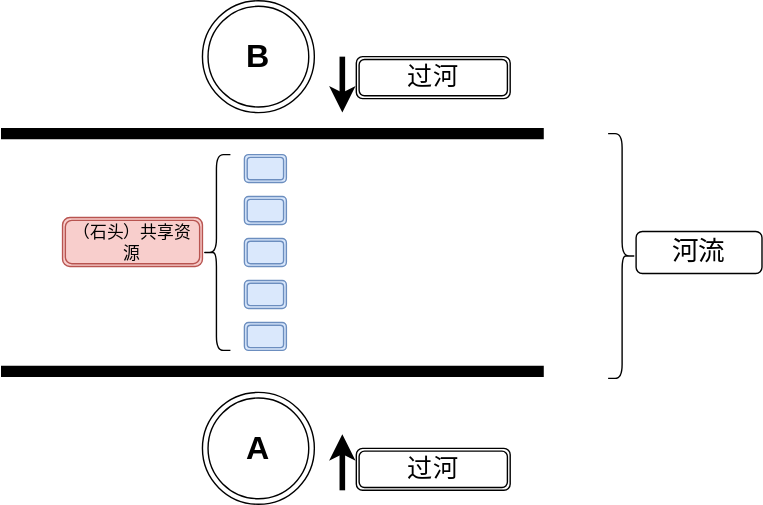
shenbeipiao/Reading-notes keeps this draw.io diagram as 操作系统/死锁.svg. Above is the earlier version. Source tidied: cells renumbered, new cells last; positions are measured from the earlier drawing's top-left corner, leaving out a move shared by most shapes. Source of this version:
```xml
<mxGraphModel>
  <root>
    <mxCell id="0" />
    <mxCell id="1" parent="0" />
    <mxCell id="2" style="shape=partialRectangle;whiteSpace=wrap;html=1;left=0;right=0;fillColor=none;strokeWidth=8;" parent="1" vertex="1">
      <mxGeometry y="95" width="380" height="170" as="geometry" />
    </mxCell>
    <mxCell id="3" style="shape=ext;double=1;rounded=1;whiteSpace=wrap;html=1;fillColor=#dae8fc;strokeColor=#6c8ebf;" parent="1" vertex="1">
      <mxGeometry x="170" y="140" width="30" height="20" as="geometry" />
    </mxCell>
    <mxCell id="4" style="shape=ext;double=1;rounded=1;whiteSpace=wrap;html=1;fillColor=#dae8fc;strokeColor=#6c8ebf;" parent="1" vertex="1">
      <mxGeometry x="170" y="200" width="30" height="20" as="geometry" />
    </mxCell>
    <mxCell id="5" style="shape=ext;double=1;rounded=1;whiteSpace=wrap;html=1;fillColor=#dae8fc;strokeColor=#6c8ebf;" parent="1" vertex="1">
      <mxGeometry x="170" y="170" width="30" height="20" as="geometry" />
    </mxCell>
    <mxCell id="6" style="shape=ext;double=1;rounded=1;whiteSpace=wrap;html=1;fillColor=#dae8fc;strokeColor=#6c8ebf;" parent="1" vertex="1">
      <mxGeometry x="170" y="110" width="30" height="20" as="geometry" />
    </mxCell>
    <mxCell id="7" style="shape=ext;double=1;rounded=1;whiteSpace=wrap;html=1;fillColor=#dae8fc;strokeColor=#6c8ebf;" parent="1" vertex="1">
      <mxGeometry x="170" y="230" width="30" height="20" as="geometry" />
    </mxCell>
    <mxCell id="8" value="&lt;b&gt;&lt;font style=&quot;font-size: 23px;&quot;&gt;A&lt;/font&gt;&lt;/b&gt;" style="ellipse;shape=doubleEllipse;whiteSpace=wrap;html=1;" parent="1" vertex="1">
      <mxGeometry x="140" y="280" width="80" height="80" as="geometry" />
    </mxCell>
    <mxCell id="9" value="&lt;b&gt;&lt;font style=&quot;font-size: 23px;&quot;&gt;B&lt;/font&gt;&lt;/b&gt;" style="ellipse;shape=doubleEllipse;whiteSpace=wrap;html=1;" parent="1" vertex="1">
      <mxGeometry x="140" width="80" height="80" as="geometry" />
    </mxCell>
    <mxCell id="10" style="endArrow=classic;html=1;rounded=0;strokeWidth=4;" parent="1" edge="1">
      <mxGeometry relative="1" as="geometry">
        <mxPoint x="240" y="40" as="sourcePoint" />
        <mxPoint x="240" y="80" as="targetPoint" />
      </mxGeometry>
    </mxCell>
    <mxCell id="11" style="endArrow=classic;html=1;rounded=0;strokeWidth=4;" parent="1" edge="1">
      <mxGeometry relative="1" as="geometry">
        <mxPoint x="240" y="350" as="sourcePoint" />
        <mxPoint x="240" y="310" as="targetPoint" />
      </mxGeometry>
    </mxCell>
    <mxCell id="12" value="&lt;font style=&quot;font-size: 19px;&quot;&gt;河流&lt;/font&gt;" style="rounded=1;whiteSpace=wrap;html=1;" parent="1" vertex="1">
      <mxGeometry x="450" y="165" width="90" height="30" as="geometry" />
    </mxCell>
    <mxCell id="13" style="shape=curlyBracket;whiteSpace=wrap;html=1;rounded=1;flipH=1;labelPosition=right;verticalLabelPosition=middle;align=left;verticalAlign=middle;" parent="1" vertex="1">
      <mxGeometry x="430" y="95" width="20" height="175" as="geometry" />
    </mxCell>
    <mxCell id="14" style="shape=curlyBracket;whiteSpace=wrap;html=1;rounded=1;labelPosition=left;verticalLabelPosition=middle;align=right;verticalAlign=middle;" parent="1" vertex="1">
      <mxGeometry x="140" y="110" width="20" height="140" as="geometry" />
    </mxCell>
    <mxCell id="15" value="（石头）共享资源" style="shape=ext;double=1;rounded=1;whiteSpace=wrap;html=1;fillColor=#f8cecc;strokeColor=#b85450;" parent="1" vertex="1">
      <mxGeometry x="40" y="155" width="100" height="35" as="geometry" />
    </mxCell>
    <mxCell id="16" value="&lt;font style=&quot;font-size: 18px;&quot;&gt;过河&lt;/font&gt;" style="shape=ext;double=1;rounded=1;whiteSpace=wrap;html=1;" parent="1" vertex="1">
      <mxGeometry x="250" y="40" width="110" height="30" as="geometry" />
    </mxCell>
    <mxCell id="17" value="&lt;font style=&quot;font-size: 18px;&quot;&gt;过河&lt;/font&gt;" style="shape=ext;double=1;rounded=1;whiteSpace=wrap;html=1;" parent="1" vertex="1">
      <mxGeometry x="250" y="320" width="110" height="30" as="geometry" />
    </mxCell>
  </root>
</mxGraphModel>
```
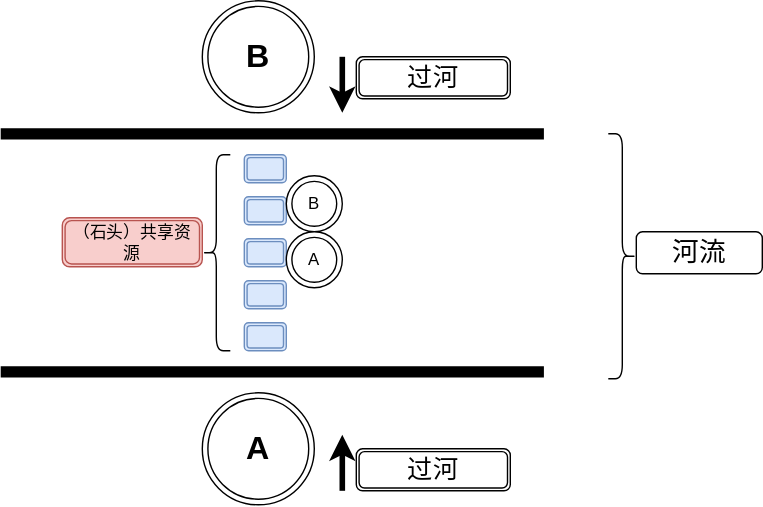
Above is the later version.

Diff of the diagram source:
```diff
@@ -56,5 +56,11 @@
     <mxCell id="17" value="&lt;font style=&quot;font-size: 18px;&quot;&gt;过河&lt;/font&gt;" style="shape=ext;double=1;rounded=1;whiteSpace=wrap;html=1;" parent="1" vertex="1">
       <mxGeometry x="250" y="320" width="110" height="30" as="geometry" />
     </mxCell>
+    <mxCell id="18" value="B" style="ellipse;shape=doubleEllipse;whiteSpace=wrap;html=1;" parent="1" vertex="1">
+      <mxGeometry x="200" y="125" width="40" height="40" as="geometry" />
+    </mxCell>
+    <mxCell id="19" value="A" style="ellipse;shape=doubleEllipse;whiteSpace=wrap;html=1;" parent="1" vertex="1">
+      <mxGeometry x="200" y="165" width="40" height="40" as="geometry" />
+    </mxCell>
   </root>
 </mxGraphModel>
```
